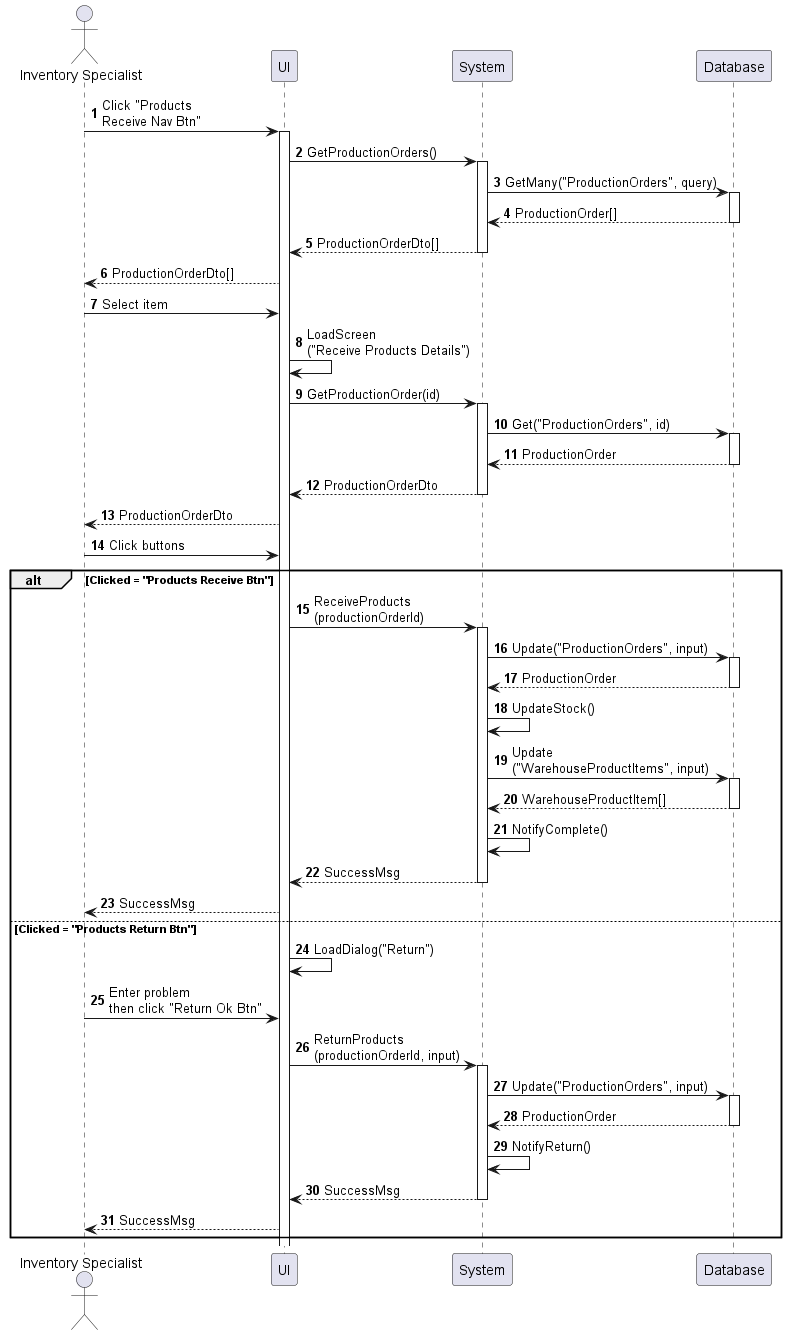
Earlier version of the PlantUML export sequences/inventory-product-receive.png (phihungha/scmss-reqs).
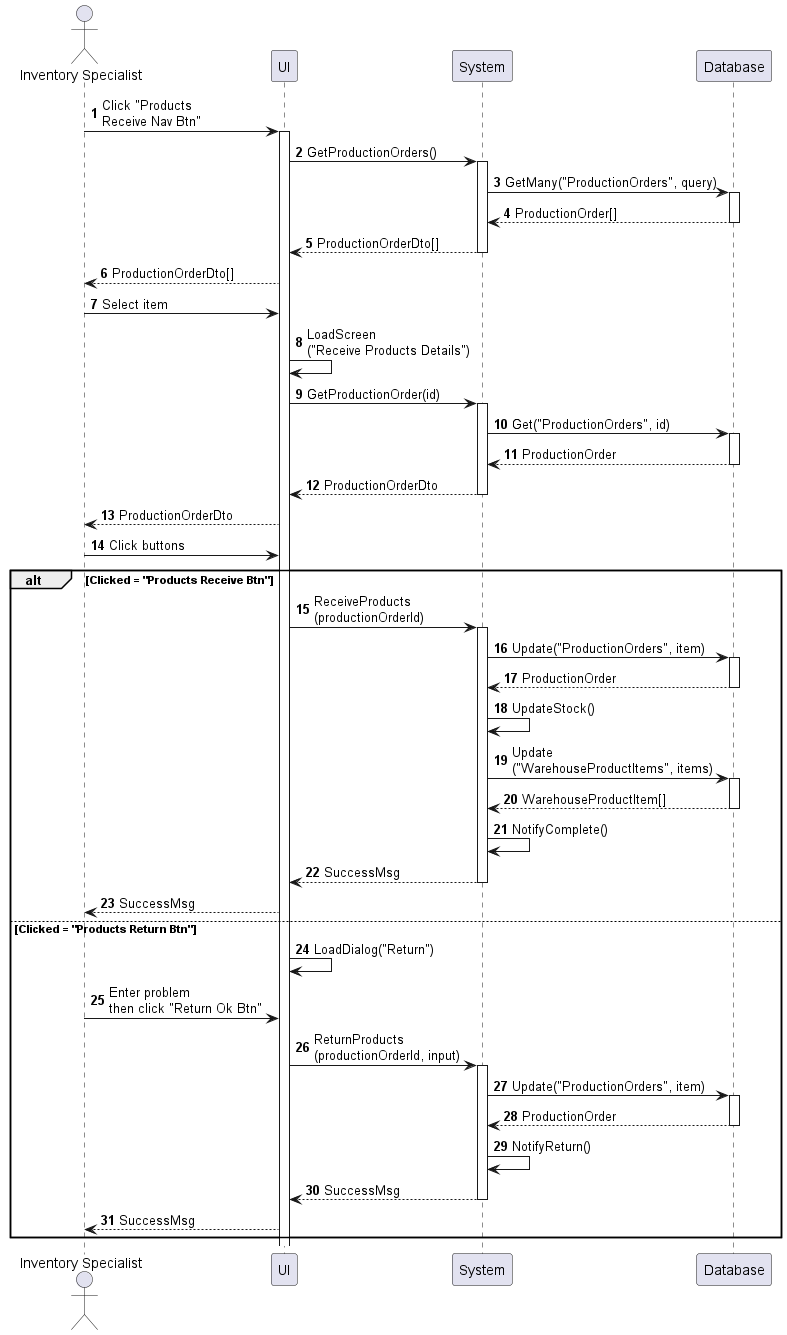
Later version of the same file.

What changed in the source:
```diff
@@ -29,11 +29,11 @@
 alt Clicked = "Products Receive Btn"
     f -> b : ReceiveProducts\n(productionOrderId)
     activate b
-    b -> d : Update("ProductionOrders", input)
+    b -> d : Update("ProductionOrders", item)
     activate d
     return ProductionOrder
     b -> b : UpdateStock()
-    b -> d : Update\n("WarehouseProductItems", input)
+    b -> d : Update\n("WarehouseProductItems", items)
     activate d
     return WarehouseProductItem[]
     b -> b : NotifyComplete()
@@ -44,7 +44,7 @@
     a -> f : Enter problem\nthen click "Return Ok Btn"
     f -> b : ReturnProducts\n(productionOrderId, input)
     activate b
-    b -> d : Update("ProductionOrders", input)
+    b -> d : Update("ProductionOrders", item)
     activate d
     return ProductionOrder
     b -> b : NotifyReturn()
```
